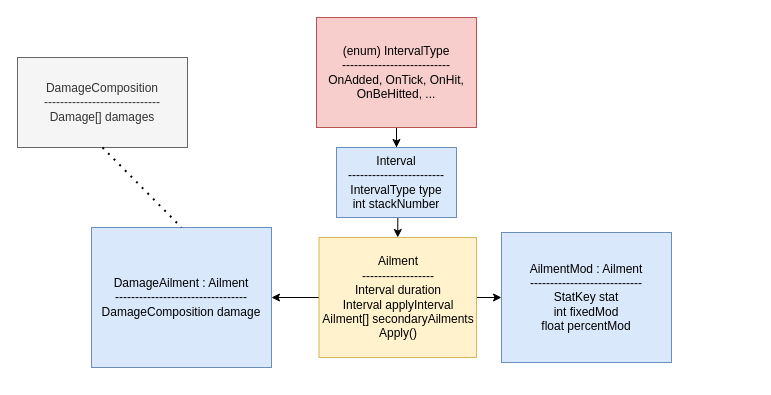
moretech1402/Unity-Scripts keeps this draw.io diagram as page "Ailments" (3 of 7) of workflows/Inventory,Skills & Effects.drawio. Above is the earlier version. Source tidied: cells renumbered, new cells numbered last; positions are measured from the earlier drawing's top-left corner, leaving out a move shared by most shapes. Both pictures are drawn from the tidied source at 100%, with x=0, y=0 at pixel (17, 17).
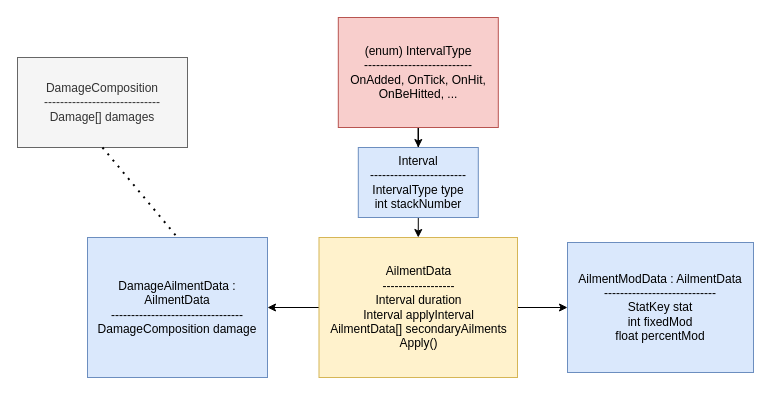
The same diagram, later.

What changed in the source:
```diff
@@
 <mxGraphModel>
   <root>
     <mxCell id="0" />
     <mxCell id="1" parent="0" />
     <mxCell id="2" style="edgeStyle=orthogonalEdgeStyle;rounded=0;jettySize=auto;html=1;entryX=1;entryY=0.5;entryDx=0;entryDy=0;" parent="1" edge="1" source="4" target="9">
       <mxGeometry relative="1" as="geometry" />
     </mxCell>
     <mxCell id="3" style="edgeStyle=orthogonalEdgeStyle;rounded=0;jettySize=auto;html=1;exitX=1;exitY=0.5;exitDx=0;exitDy=0;entryX=0;entryY=0.5;entryDx=0;entryDy=0;" parent="1" edge="1" source="4" target="10">
       <mxGeometry relative="1" as="geometry" />
     </mxCell>
-    <mxCell id="4" value="Ailment&lt;div&gt;------------------&lt;/div&gt;&lt;div&gt;Interval duration&lt;/div&gt;&lt;div&gt;Interval applyInterval&lt;/div&gt;&lt;div&gt;Ailment[] secondaryAilments&lt;/div&gt;&lt;div&gt;Apply()&lt;/div&gt;" style="rounded=0;whiteSpace=wrap;html=1;fillColor=#fff2cc;strokeColor=#d6b656;" parent="1" vertex="1">
-      <mxGeometry x="301.5" y="220" width="157.5" height="120" as="geometry" />
+    <mxCell id="4" value="AilmentData&lt;div&gt;------------------&lt;/div&gt;&lt;div&gt;Interval duration&lt;/div&gt;&lt;div&gt;Interval applyInterval&lt;/div&gt;&lt;div&gt;AilmentData[] secondaryAilments&lt;/div&gt;&lt;div&gt;Apply()&lt;/div&gt;" style="rounded=0;whiteSpace=wrap;html=1;fillColor=#fff2cc;strokeColor=#d6b656;" parent="1" vertex="1">
+      <mxGeometry x="301.5" y="220" width="198.5" height="140" as="geometry" />
     </mxCell>
     <mxCell id="5" style="edgeStyle=orthogonalEdgeStyle;rounded=0;jettySize=auto;html=1;entryX=0.5;entryY=0;entryDx=0;entryDy=0;" parent="1" edge="1" source="6" target="8">
       <mxGeometry relative="1" as="geometry" />
     </mxCell>
     <mxCell id="6" value="(enum) IntervalType&lt;div&gt;---------------------------&lt;/div&gt;&lt;div&gt;OnAdded, OnTick, OnHit, OnBeHitted, ...&lt;/div&gt;" style="rounded=0;whiteSpace=wrap;html=1;fillColor=#f8cecc;strokeColor=#b85450;" parent="1" vertex="1">
-      <mxGeometry x="299" width="160" height="110" as="geometry" />
+      <mxGeometry x="320.8" width="160" height="110" as="geometry" />
     </mxCell>
     <mxCell id="7" style="edgeStyle=orthogonalEdgeStyle;rounded=0;jettySize=auto;html=1;exitX=0.5;exitY=1;exitDx=0;exitDy=0;entryX=0.5;entryY=0;entryDx=0;entryDy=0;" parent="1" edge="1" source="8" target="4">
       <mxGeometry relative="1" as="geometry" />
     </mxCell>
     <mxCell id="8" value="Interval&lt;div&gt;------------------------&lt;/div&gt;&lt;div&gt;IntervalType type&lt;/div&gt;&lt;div&gt;int stackNumber&lt;/div&gt;" style="rounded=0;whiteSpace=wrap;html=1;fillColor=#dae8fc;strokeColor=#6c8ebf;" parent="1" vertex="1">
-      <mxGeometry x="319" y="130" width="120" height="70" as="geometry" />
+      <mxGeometry x="340.8" y="130" width="120" height="70" as="geometry" />
     </mxCell>
-    <mxCell id="9" value="DamageAilment : Ailment&lt;div&gt;---------------------------------&lt;/div&gt;&lt;div&gt;DamageComposition damage&lt;/div&gt;" style="rounded=0;whiteSpace=wrap;html=1;fillColor=#dae8fc;strokeColor=#6c8ebf;" parent="1" vertex="1">
-      <mxGeometry x="74" y="210" width="180" height="140" as="geometry" />
+    <mxCell id="9" value="DamageAilmentData : AilmentData&lt;div&gt;---------------------------------&lt;/div&gt;&lt;div&gt;DamageComposition damage&lt;/div&gt;" style="rounded=0;whiteSpace=wrap;html=1;fillColor=#dae8fc;strokeColor=#6c8ebf;" parent="1" vertex="1">
+      <mxGeometry x="70" y="220" width="180" height="140" as="geometry" />
     </mxCell>
-    <mxCell id="10" value="AilmentMod : Ailment&lt;div&gt;----------------------------&lt;/div&gt;&lt;div&gt;StatKey stat&lt;/div&gt;&lt;div&gt;int fixedMod&lt;/div&gt;&lt;div&gt;float percentMod&lt;/div&gt;" style="rounded=0;whiteSpace=wrap;html=1;fillColor=#dae8fc;strokeColor=#6c8ebf;" parent="1" vertex="1">
-      <mxGeometry x="484" y="215" width="170" height="130" as="geometry" />
+    <mxCell id="10" value="AilmentModData : AilmentData&lt;div&gt;----------------------------&lt;/div&gt;&lt;div&gt;StatKey stat&lt;/div&gt;&lt;div&gt;int fixedMod&lt;/div&gt;&lt;div&gt;float percentMod&lt;/div&gt;" style="rounded=0;whiteSpace=wrap;html=1;fillColor=#dae8fc;strokeColor=#6c8ebf;" parent="1" vertex="1">
+      <mxGeometry x="550" y="225" width="186" height="130" as="geometry" />
     </mxCell>
     <mxCell id="11" value="DamageComposition&lt;div&gt;-----------------------------&lt;/div&gt;&lt;div&gt;Damage[] damages&lt;/div&gt;" style="rounded=0;whiteSpace=wrap;html=1;fillColor=#f5f5f5;strokeColor=#666666;fontColor=#333333;" parent="1" vertex="1">
       <mxGeometry y="40" width="170" height="90" as="geometry" />
     </mxCell>
     <mxCell id="12" style="endArrow=none;dashed=1;html=1;dashPattern=1 3;strokeWidth=2;rounded=0;entryX=0.5;entryY=0;entryDx=0;entryDy=0;exitX=0.5;exitY=1;exitDx=0;exitDy=0;" parent="1" edge="1" source="11" target="9">
       <mxGeometry relative="1" as="geometry" />
     </mxCell>
   </root>
 </mxGraphModel>
```
